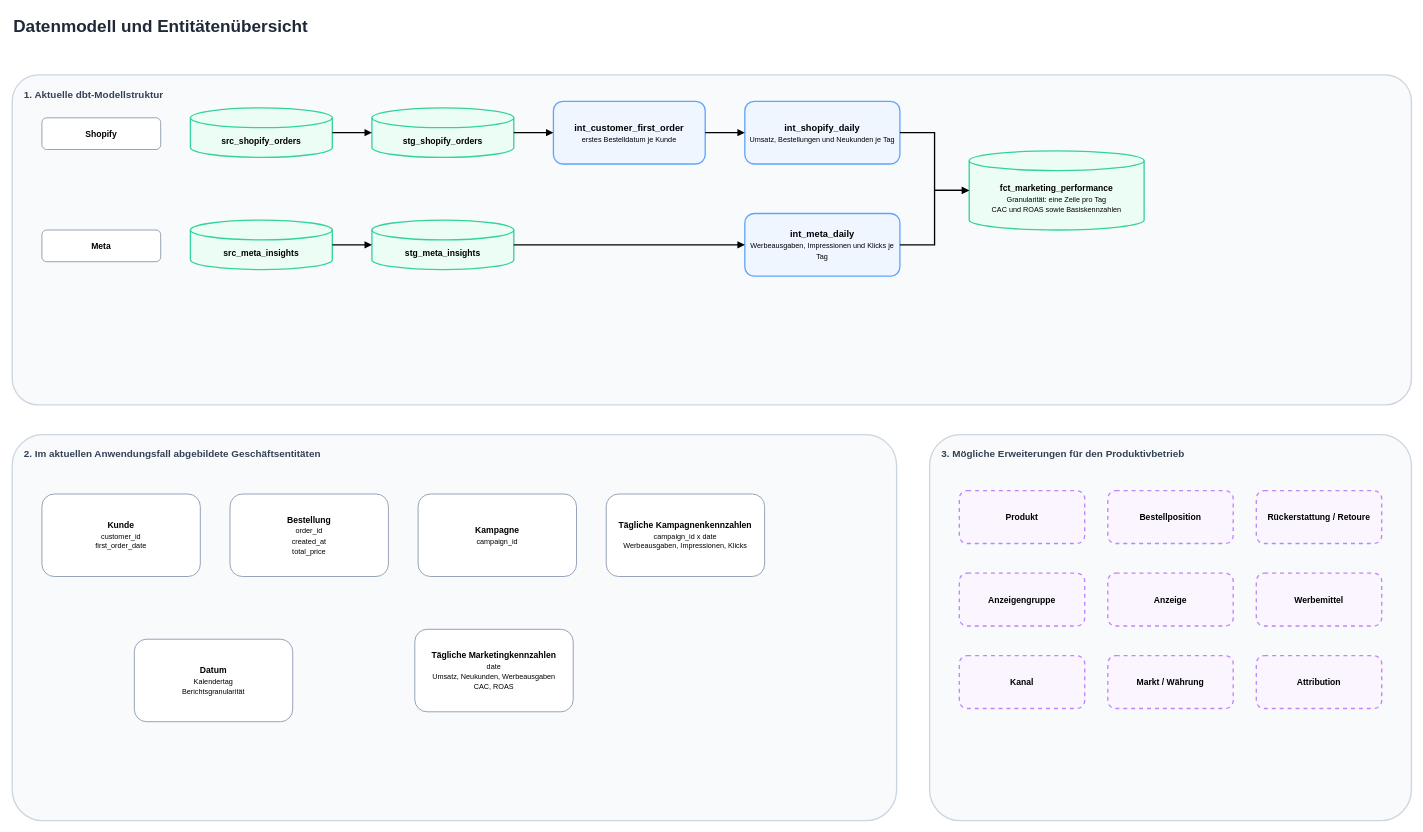
Above: page "02 - Data Model" (2 of 2) of doc/01_Architekturdiagramm.drawio in pu2is/MN_CaseStudy (draw.io), before the change. Source tidied: cells renumbered, new cells numbered last; positions are measured from the earlier drawing's top-left corner, leaving out a move shared by most shapes. Both pictures are drawn from the tidied source at 66%, with x=0, y=0 at pixel (12, 11).
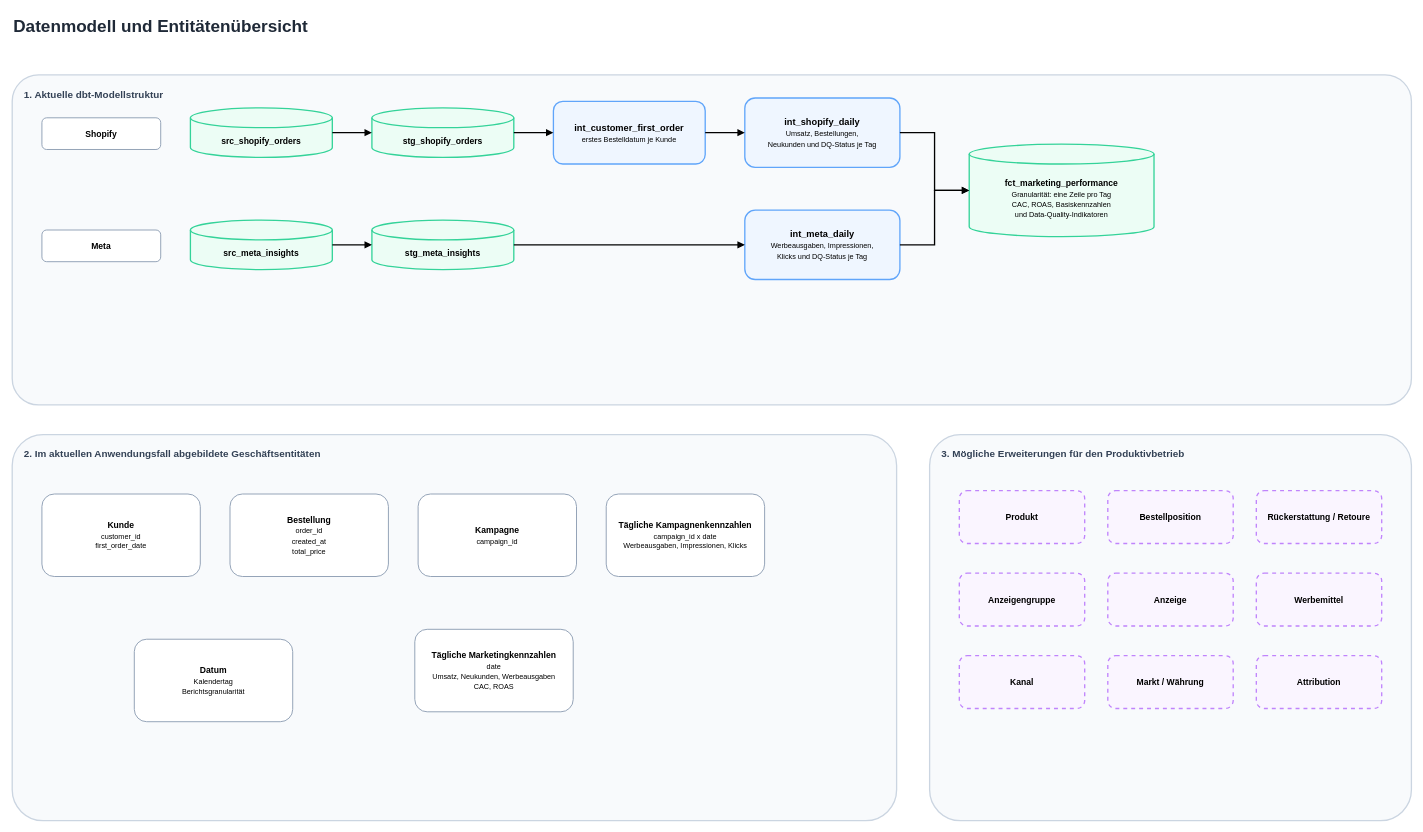
After the change.

The edit, as a diff of the source:
```diff
@@
-    <mxCell id="8" value="int_shopify_daily&lt;br&gt;&lt;font style=&quot;font-size:11px;font-weight:normal&quot;&gt;Umsatz, Bestellungen und Neukunden je Tag&lt;/font&gt;" style="rounded=1;whiteSpace=wrap;html=1;fillColor=#EFF6FF;strokeColor=#60A5FA;strokeWidth=2;fontSize=14;fontStyle=1;align=center;verticalAlign=middle;" parent="1" vertex="1">
-      <mxGeometry x="1110" y="136" width="235" height="95" as="geometry" />
+    <mxCell id="8" value="int_shopify_daily&lt;br&gt;&lt;font style=&quot;font-size:11px;font-weight:normal&quot;&gt;Umsatz, Bestellungen,&lt;br&gt;Neukunden und DQ-Status je Tag&lt;/font&gt;" style="rounded=1;whiteSpace=wrap;html=1;fillColor=#EFF6FF;strokeColor=#60A5FA;strokeWidth=2;fontSize=14;fontStyle=1;align=center;verticalAlign=middle;" parent="1" vertex="1">
+      <mxGeometry x="1110" y="131" width="235" height="105" as="geometry" />
     </mxCell>
@@
-    <mxCell id="12" value="int_meta_daily&lt;br&gt;&lt;font style=&quot;font-size:11px;font-weight:normal&quot;&gt;Werbeausgaben, Impressionen und Klicks je Tag&lt;/font&gt;" style="rounded=1;whiteSpace=wrap;html=1;fillColor=#EFF6FF;strokeColor=#60A5FA;strokeWidth=2;fontSize=14;fontStyle=1;align=center;verticalAlign=middle;" parent="1" vertex="1">
-      <mxGeometry x="1110" y="306" width="235" height="95" as="geometry" />
+    <mxCell id="12" value="int_meta_daily&lt;br&gt;&lt;font style=&quot;font-size:11px;font-weight:normal&quot;&gt;Werbeausgaben, Impressionen,&lt;br&gt;Klicks und DQ-Status je Tag&lt;/font&gt;" style="rounded=1;whiteSpace=wrap;html=1;fillColor=#EFF6FF;strokeColor=#60A5FA;strokeWidth=2;fontSize=14;fontStyle=1;align=center;verticalAlign=middle;" parent="1" vertex="1">
+      <mxGeometry x="1110" y="301" width="235" height="105" as="geometry" />
     </mxCell>
-    <mxCell id="13" value="fct_marketing_performance&lt;br&gt;&lt;font style=&quot;font-size:11px;font-weight:normal&quot;&gt;Granularität: eine Zeile pro Tag&lt;br&gt;CAC und ROAS sowie Basiskennzahlen&lt;/font&gt;" style="shape=cylinder3;whiteSpace=wrap;html=1;boundedLbl=1;backgroundOutline=1;size=15;fillColor=#ECFDF5;strokeColor=#34D399;strokeWidth=2;fontSize=13;fontStyle=1;align=center;verticalAlign=middle;" parent="1" vertex="1">
-      <mxGeometry x="1450" y="211" width="265" height="120" as="geometry" />
+    <mxCell id="13" value="fct_marketing_performance&lt;br&gt;&lt;font style=&quot;font-size:11px;font-weight:normal&quot;&gt;Granularität: eine Zeile pro Tag&lt;br&gt;CAC, ROAS, Basiskennzahlen&lt;br&gt;und Data-Quality-Indikatoren&lt;/font&gt;" style="shape=cylinder3;whiteSpace=wrap;html=1;boundedLbl=1;backgroundOutline=1;size=15;fillColor=#ECFDF5;strokeColor=#34D399;strokeWidth=2;fontSize=13;fontStyle=1;align=center;verticalAlign=middle;" parent="1" vertex="1">
+      <mxGeometry x="1450" y="201" width="280" height="140" as="geometry" />
     </mxCell>
```
